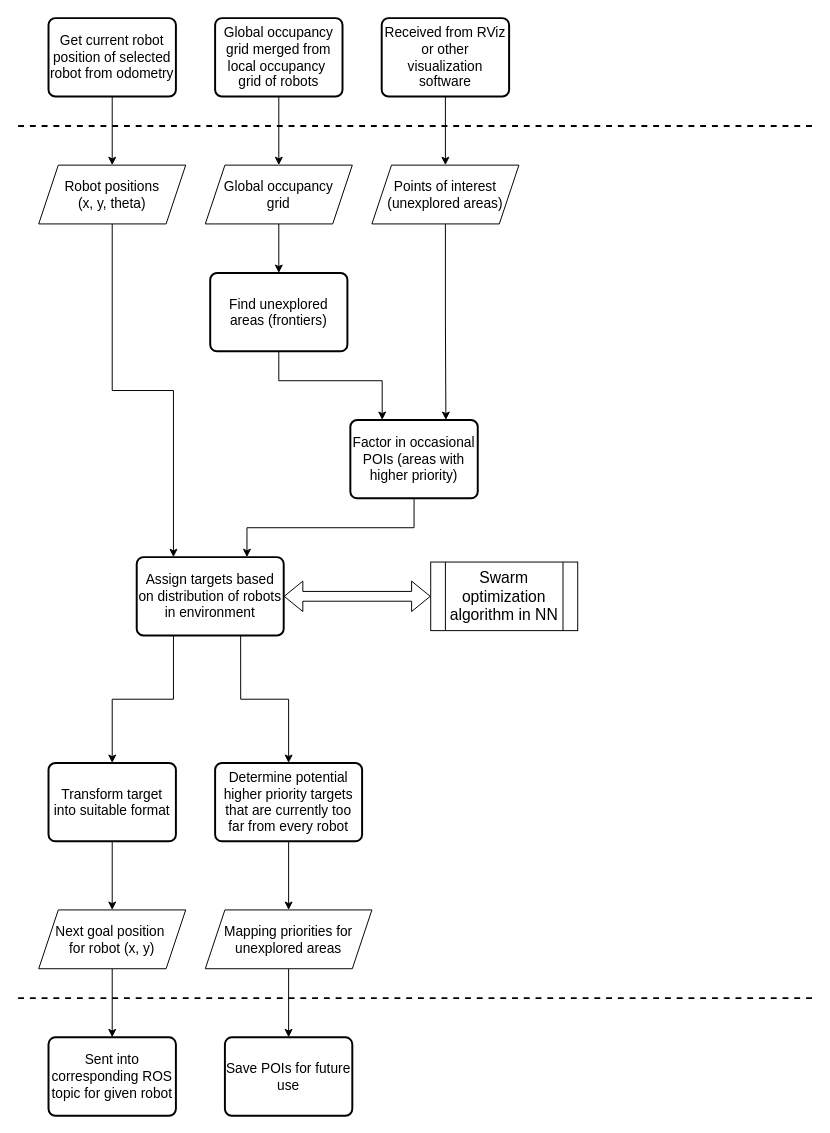
Before: robot_network/resource/robot_swarm_optimizer_network.drawio in Jakuko99/robot-node-ros2, a draw.io diagram. Source tidied: cells renumbered, new cells numbered last; positions are measured from the earlier drawing's top-left corner, leaving out a move shared by most shapes. Both pictures are drawn from the tidied source at 98%, with x=0, y=0 at pixel (18, 18).
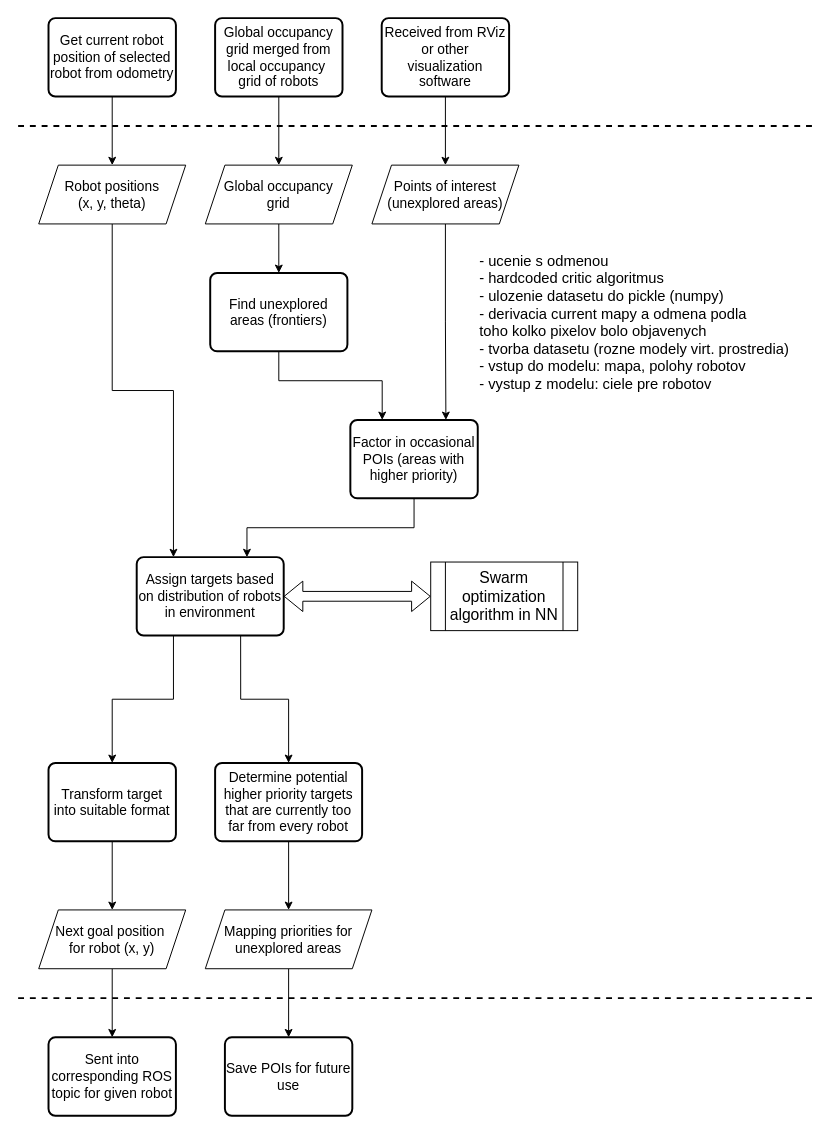
The same page after the edit.

What changed in the source:
```diff
@@
+    <mxCell id="35" value="&lt;font style=&quot;font-size: 15px;&quot;&gt;- ucenie s odmenou&lt;/font&gt;&lt;div&gt;&lt;font style=&quot;font-size: 15px;&quot;&gt;- hardcoded critic algoritmus&lt;/font&gt;&lt;/div&gt;&lt;div&gt;&lt;font style=&quot;font-size: 15px;&quot;&gt;- ulozenie datasetu do pickle (numpy)&lt;/font&gt;&lt;/div&gt;&lt;div style=&quot;&quot;&gt;&lt;font style=&quot;font-size: 15px;&quot;&gt;- derivacia current mapy a odmena podla&amp;nbsp;&lt;/font&gt;&lt;/div&gt;&lt;div style=&quot;&quot;&gt;&lt;font style=&quot;font-size: 15px;&quot;&gt;toho kolko pixelov bolo objavenych&lt;/font&gt;&lt;/div&gt;&lt;div style=&quot;&quot;&gt;&lt;font style=&quot;font-size: 15px;&quot;&gt;- tvorba datasetu (rozne modely virt. prostredia)&lt;/font&gt;&lt;/div&gt;&lt;div style=&quot;&quot;&gt;&lt;font style=&quot;font-size: 15px;&quot;&gt;- vstup do modelu: mapa, polohy robotov&lt;/font&gt;&lt;/div&gt;&lt;div style=&quot;&quot;&gt;&lt;font style=&quot;font-size: 15px;&quot;&gt;- vystup z modelu: ciele pre robotov&lt;/font&gt;&lt;/div&gt;" style="text;html=1;align=left;verticalAlign=middle;strokeColor=none;fillColor=none;" parent="1" vertex="1">
+      <mxGeometry x="469" y="230" width="340" height="160" as="geometry" />
+    </mxCell>
```
